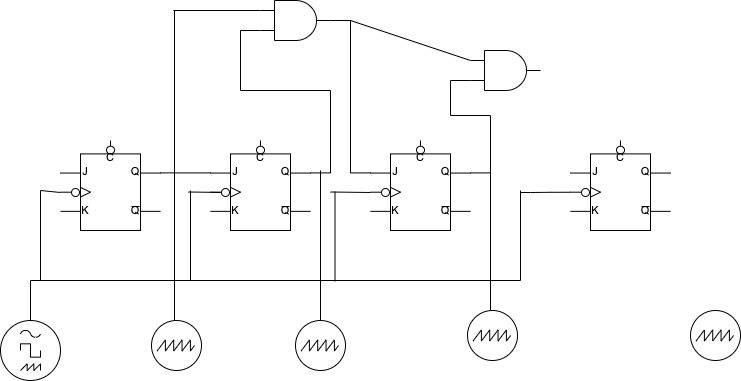
Before: digital_counter.drawio.png, a diagram exported from draw.io (H-haruki-20/FlowChart). Source tidied: cells renumbered, new cells last; positions are measured from the earlier drawing's top-left corner, leaving out a move shared by most shapes.
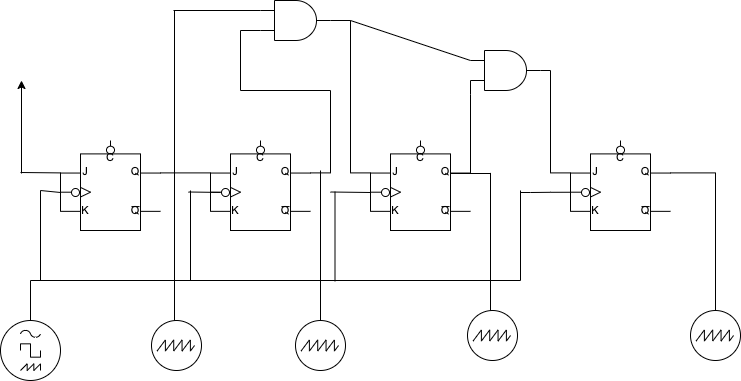
Later version of the same file.

Change to the diagram source:
```diff
@@ -19,11 +19,19 @@
         <mxPoint x="530" y="192" as="targetPoint" />
       </mxGeometry>
     </mxCell>
+    <mxCell id="38" style="edgeStyle=orthogonalEdgeStyle;rounded=0;jettySize=auto;html=1;exitX=1;exitY=0.36;exitDx=0;exitDy=0;exitPerimeter=0;entryX=0.5;entryY=0;entryDx=0;entryDy=0;entryPerimeter=0;endArrow=none;endFill=0;" parent="1" edge="1" source="7" target="32">
+      <mxGeometry relative="1" as="geometry" />
+    </mxCell>
     <mxCell id="7" style="verticalLabelPosition=bottom;shadow=0;dashed=0;align=center;html=1;verticalAlign=top;shape=mxgraph.electrical.logic_gates.jk_flip-flop_with_clear_2;" parent="1" vertex="1">
       <mxGeometry x="570" y="140" width="100" height="90" as="geometry" />
     </mxCell>
     <mxCell id="8" style="edgeStyle=orthogonalEdgeStyle;rounded=0;jettySize=auto;html=1;exitX=1;exitY=0.36;exitDx=0;exitDy=0;exitPerimeter=0;entryX=0;entryY=0.75;entryDx=0;entryDy=0;entryPerimeter=0;endArrow=none;endFill=0;" parent="1" edge="1" source="9" target="24">
-      <mxGeometry relative="1" as="geometry" />
+      <mxGeometry relative="1" as="geometry">
+        <Array as="points">
+          <mxPoint x="470" y="94" />
+          <mxPoint x="470" y="94" />
+        </Array>
+      </mxGeometry>
     </mxCell>
     <mxCell id="9" style="verticalLabelPosition=bottom;shadow=0;dashed=0;align=center;html=1;verticalAlign=top;shape=mxgraph.electrical.logic_gates.jk_flip-flop_with_clear_2;" parent="1" vertex="1">
       <mxGeometry x="370" y="140" width="100" height="90" as="geometry" />
@@ -99,6 +107,14 @@
         <mxPoint x="530" y="192" as="targetPoint" />
       </mxGeometry>
     </mxCell>
+    <mxCell id="39" style="edgeStyle=orthogonalEdgeStyle;rounded=0;jettySize=auto;html=1;exitX=1;exitY=0.5;exitDx=0;exitDy=0;exitPerimeter=0;entryX=0;entryY=0.36;entryDx=0;entryDy=0;entryPerimeter=0;endArrow=none;endFill=0;" parent="1" edge="1" source="24" target="7">
+      <mxGeometry relative="1" as="geometry">
+        <Array as="points">
+          <mxPoint x="550" y="70" />
+          <mxPoint x="550" y="172" />
+        </Array>
+      </mxGeometry>
+    </mxCell>
     <mxCell id="24" style="verticalLabelPosition=bottom;shadow=0;dashed=0;align=center;html=1;verticalAlign=top;shape=mxgraph.electrical.logic_gates.logic_gate;operation=and;" parent="1" vertex="1">
       <mxGeometry x="470" y="50" width="70" height="40" as="geometry" />
     </mxCell>
@@ -157,5 +173,34 @@
         <mxPoint x="188" y="191.5" as="sourcePoint" />
       </mxGeometry>
     </mxCell>
+    <mxCell id="40" style="endArrow=none;html=1;rounded=0;" parent="1" edge="1">
+      <mxGeometry relative="1" as="geometry">
+        <mxPoint x="450" y="173" as="sourcePoint" />
+        <mxPoint x="490" y="173" as="targetPoint" />
+      </mxGeometry>
+    </mxCell>
+    <mxCell id="41" style="edgeStyle=orthogonalEdgeStyle;rounded=0;orthogonalLoop=1;jettySize=auto;html=1;exitX=0;exitY=0.36;exitDx=0;exitDy=0;exitPerimeter=0;entryX=0;entryY=0.79;entryDx=0;entryDy=0;entryPerimeter=0;endArrow=none;endFill=0;" parent="1" edge="1" source="3" target="3">
+      <mxGeometry relative="1" as="geometry" />
+    </mxCell>
+    <mxCell id="42" style="endArrow=classic;html=1;rounded=0;" parent="1" edge="1">
+      <mxGeometry relative="1" as="geometry">
+        <mxPoint x="21" y="173" as="sourcePoint" />
+        <mxPoint x="21" y="80" as="targetPoint" />
+      </mxGeometry>
+    </mxCell>
+    <mxCell id="43" style="endArrow=none;html=1;rounded=0;entryX=0;entryY=0.36;entryDx=0;entryDy=0;entryPerimeter=0;" parent="1" edge="1" target="3">
+      <mxGeometry relative="1" as="geometry">
+        <mxPoint x="20" y="172" as="sourcePoint" />
+      </mxGeometry>
+    </mxCell>
+    <mxCell id="44" style="edgeStyle=orthogonalEdgeStyle;rounded=0;orthogonalLoop=1;jettySize=auto;html=1;exitX=0;exitY=0.36;exitDx=0;exitDy=0;exitPerimeter=0;entryX=0;entryY=0.79;entryDx=0;entryDy=0;entryPerimeter=0;endArrow=none;endFill=0;" parent="1" edge="1" source="5" target="5">
+      <mxGeometry relative="1" as="geometry" />
+    </mxCell>
+    <mxCell id="45" style="edgeStyle=orthogonalEdgeStyle;rounded=0;orthogonalLoop=1;jettySize=auto;html=1;exitX=0;exitY=0.36;exitDx=0;exitDy=0;exitPerimeter=0;entryX=0;entryY=0.79;entryDx=0;entryDy=0;entryPerimeter=0;endArrow=none;endFill=0;" parent="1" edge="1" source="9" target="9">
+      <mxGeometry relative="1" as="geometry" />
+    </mxCell>
+    <mxCell id="46" style="edgeStyle=orthogonalEdgeStyle;rounded=0;orthogonalLoop=1;jettySize=auto;html=1;exitX=0;exitY=0.36;exitDx=0;exitDy=0;exitPerimeter=0;entryX=0;entryY=0.79;entryDx=0;entryDy=0;entryPerimeter=0;endArrow=none;endFill=0;" parent="1" edge="1" source="7" target="7">
+      <mxGeometry relative="1" as="geometry" />
+    </mxCell>
   </root>
 </mxGraphModel>
```
